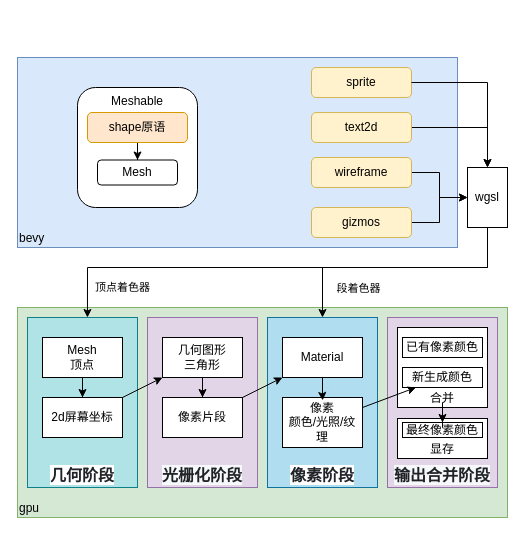
Above: bevy-0.17.drawio in topkg/graph (draw.io), before the change. Source tidied: cells renumbered, new cells numbered last; positions are measured from the earlier drawing's top-left corner, leaving out a move shared by most shapes. Both pictures are drawn from the tidied source at 100%, with x=0, y=0 at pixel (17, 57).
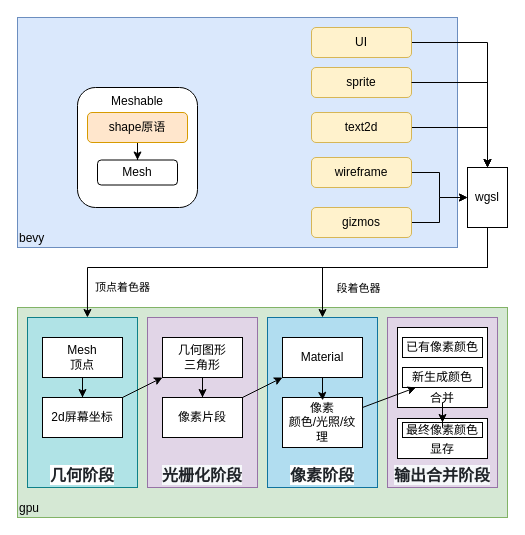
The same page after the edit.

Commit message:
ui也是通过wgsl渲染的

The change refers to these unchanged cells:
```xml
<mxCell id="42" value="wgsl" style="rounded=0;whiteSpace=wrap;html=1;" parent="1" vertex="1">
  <mxGeometry x="450" y="110" width="40" height="60" as="geometry" />
</mxCell>
```

Change to the diagram source:
```diff
@@
     <mxCell id="2" value="bevy" style="rounded=0;whiteSpace=wrap;html=1;fillColor=#dae8fc;strokeColor=#6c8ebf;align=left;verticalAlign=bottom;" parent="1" vertex="1">
-      <mxGeometry width="440" height="190" as="geometry" />
+      <mxGeometry y="-40" width="440" height="230" as="geometry" />
     </mxCell>
@@
+    <mxCell id="43" style="edgeStyle=orthogonalEdgeStyle;rounded=0;jettySize=auto;html=1;" parent="1" edge="1" source="44" target="42">
+      <mxGeometry relative="1" as="geometry" />
+    </mxCell>
+    <mxCell id="44" value="UI" style="rounded=1;whiteSpace=wrap;html=1;fillColor=#fff2cc;strokeColor=#d6b656;" parent="1" vertex="1">
+      <mxGeometry x="294" y="-30" width="100" height="30" as="geometry" />
+    </mxCell>
```
